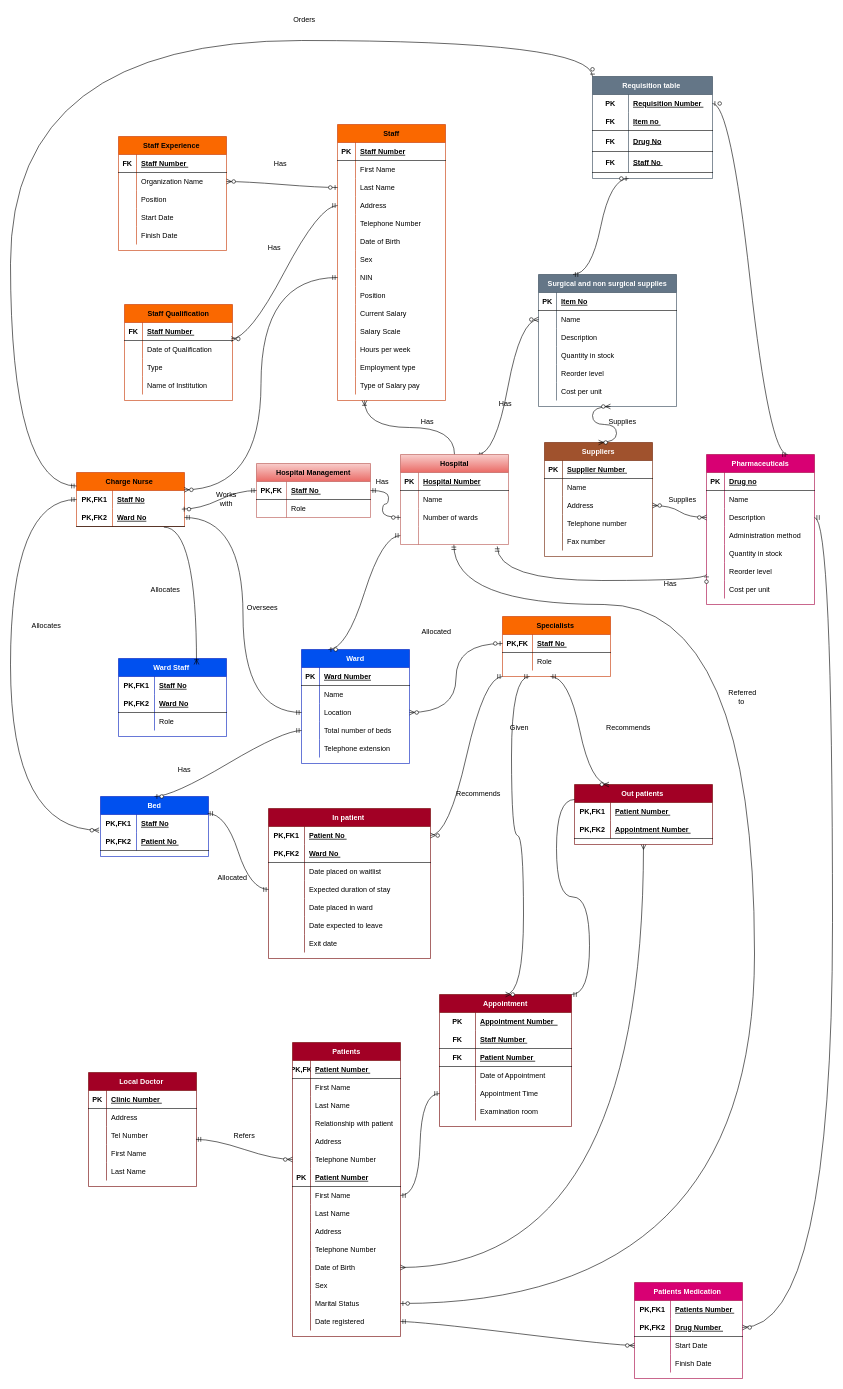
The draw.io diagram DB project.drawio in andrewnabaala/OOP1Classwork, before the edit. Source tidied: cells renumbered, new cells numbered last; positions are measured from the earlier drawing's top-left corner, leaving out a move shared by most shapes. Both pictures are drawn from the tidied source at 60%, with x=0, y=0 at pixel (10, 10).
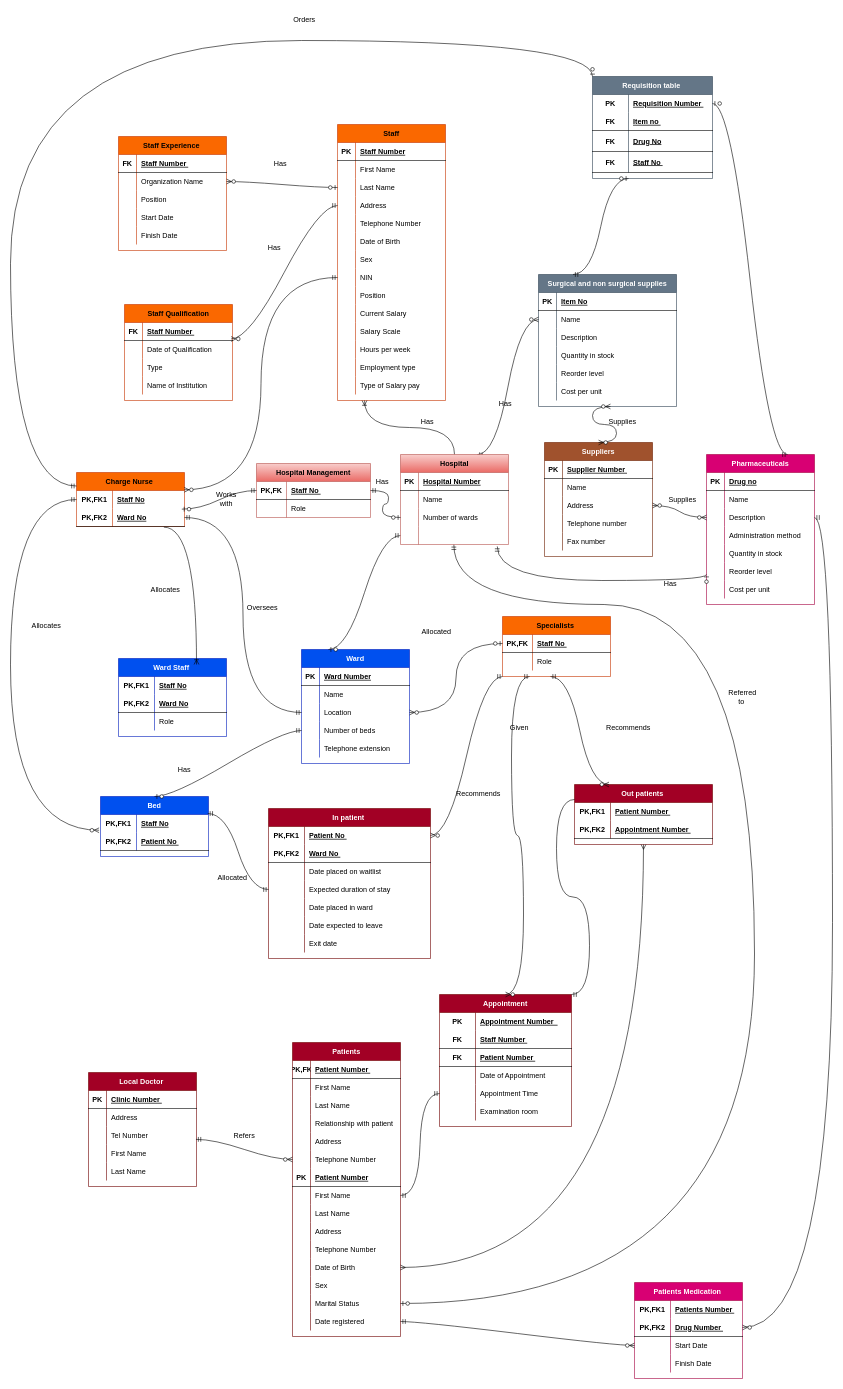
After the change.

The change refers to these unchanged cells:
```xml
<mxCell id="84" style="shape=tableRow;horizontal=0;startSize=0;swimlaneHead=0;swimlaneBody=0;fillColor=none;points=[[0,0.5],[1,0.5]];portConstraint=eastwest;top=0;left=0;right=0;bottom=0;" parent="74" vertex="1">
  <mxGeometry y="120" width="180" height="30" as="geometry" />
</mxCell>
```

Change to the diagram source:
```diff
@@
-    <mxCell id="86" value="Total number of beds " style="shape=partialRectangle;fillColor=none;top=0;left=0;bottom=0;right=0;align=left;spacingLeft=6;overflow=hidden;" parent="84" vertex="1">
+    <mxCell id="86" value="Number of beds " style="shape=partialRectangle;fillColor=none;top=0;left=0;bottom=0;right=0;align=left;spacingLeft=6;overflow=hidden;" parent="84" vertex="1">
       <mxGeometry x="30" width="150" height="30" as="geometry" />
     </mxCell>
```
